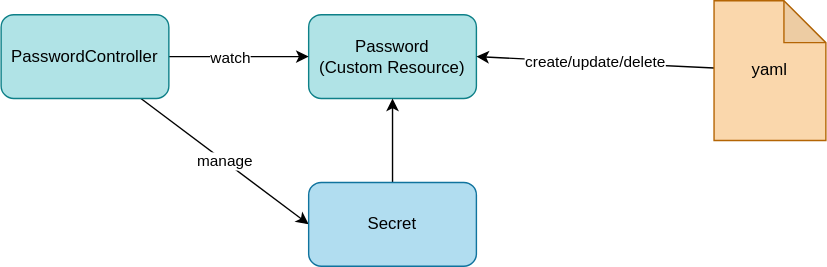
Before: 07-create-operator-with-kubebuilder/03-password-operator/01-design-operator.drawio.svg, a diagram exported from draw.io (nakamasato/kubernetes-operator-basics). Source tidied: cells renumbered, new cells last; positions are measured from the earlier drawing's top-left corner, leaving out a move shared by most shapes. Its diagram source:
```xml
<mxGraphModel>
  <root>
    <mxCell id="0" />
    <mxCell id="1" parent="0" />
    <mxCell id="2" value="Password&lt;br&gt;(Custom Resource)" style="rounded=1;whiteSpace=wrap;html=1;fillColor=#b0e3e6;strokeColor=#0e8088;" parent="1" vertex="1">
      <mxGeometry x="220" y="10" width="120" height="60" as="geometry" />
    </mxCell>
    <mxCell id="3" style="edgeStyle=none;html=1;" parent="1" edge="1" source="6" target="2">
      <mxGeometry relative="1" as="geometry" />
    </mxCell>
    <mxCell id="4" value="watch" style="edgeLabel;html=1;align=center;verticalAlign=middle;" parent="3" vertex="1">
      <mxGeometry x="-0.13" relative="1" as="geometry" />
    </mxCell>
    <mxCell id="5" value="manage" style="edgeStyle=none;html=1;entryX=0;entryY=0.5;entryDx=0;entryDy=0;" parent="1" edge="1" source="6" target="8">
      <mxGeometry relative="1" as="geometry" />
    </mxCell>
    <mxCell id="6" value="PasswordController" style="rounded=1;whiteSpace=wrap;html=1;fillColor=#b0e3e6;strokeColor=#0e8088;" parent="1" vertex="1">
      <mxGeometry y="10" width="120" height="60" as="geometry" />
    </mxCell>
    <mxCell id="7" style="edgeStyle=none;html=1;" parent="1" edge="1" source="8" target="2">
      <mxGeometry relative="1" as="geometry" />
    </mxCell>
    <mxCell id="8" value="Secret" style="rounded=1;whiteSpace=wrap;html=1;fillColor=#b1ddf0;strokeColor=#10739e;" parent="1" vertex="1">
      <mxGeometry x="220" y="130" width="120" height="60" as="geometry" />
    </mxCell>
    <mxCell id="9" value="create/update/delete" style="edgeStyle=none;html=1;entryX=1;entryY=0.5;entryDx=0;entryDy=0;" parent="1" edge="1" source="10" target="2">
      <mxGeometry relative="1" as="geometry" />
    </mxCell>
    <mxCell id="10" value="yaml" style="shape=note;whiteSpace=wrap;html=1;backgroundOutline=1;darkOpacity=0.05;fillColor=#fad7ac;strokeColor=#b46504;" parent="1" vertex="1">
      <mxGeometry x="510" width="80" height="100" as="geometry" />
    </mxCell>
  </root>
</mxGraphModel>
```
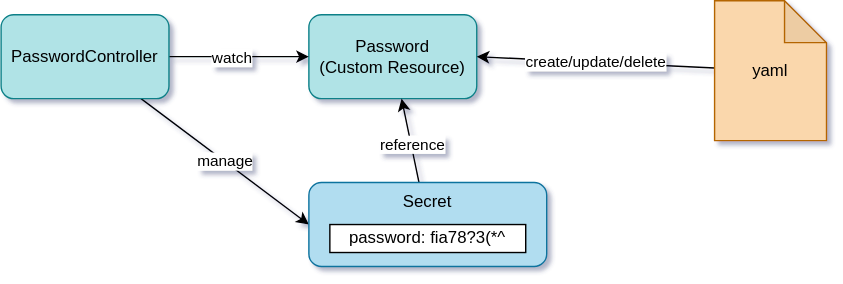
Above is the later version.

Diff of the diagram source:
```diff
@@ -1,4 +1,4 @@
-<mxGraphModel>
+<mxGraphModel shadow="1">
   <root>
     <mxCell id="0" />
     <mxCell id="1" parent="0" />
@@ -20,8 +20,13 @@
     <mxCell id="7" style="edgeStyle=none;html=1;" parent="1" edge="1" source="8" target="2">
       <mxGeometry relative="1" as="geometry" />
     </mxCell>
+    <mxCell id="11" value="reference" style="edgeLabel;html=1;align=center;verticalAlign=middle;" parent="7" vertex="1">
+      <mxGeometry x="-0.1" relative="1" as="geometry">
+        <mxPoint y="-1" as="offset" />
+      </mxGeometry>
+    </mxCell>
-    <mxCell id="8" value="Secret" style="rounded=1;whiteSpace=wrap;html=1;fillColor=#b1ddf0;strokeColor=#10739e;" parent="1" vertex="1">
-      <mxGeometry x="220" y="130" width="120" height="60" as="geometry" />
+    <mxCell id="8" value="Secret" style="rounded=1;whiteSpace=wrap;html=1;fillColor=#b1ddf0;strokeColor=#10739e;verticalAlign=top;" parent="1" vertex="1">
+      <mxGeometry x="220" y="130" width="170" height="60" as="geometry" />
     </mxCell>
     <mxCell id="9" value="create/update/delete" style="edgeStyle=none;html=1;entryX=1;entryY=0.5;entryDx=0;entryDy=0;" parent="1" edge="1" source="10" target="2">
       <mxGeometry relative="1" as="geometry" />
@@ -29,5 +34,8 @@
     <mxCell id="10" value="yaml" style="shape=note;whiteSpace=wrap;html=1;backgroundOutline=1;darkOpacity=0.05;fillColor=#fad7ac;strokeColor=#b46504;" parent="1" vertex="1">
       <mxGeometry x="510" width="80" height="100" as="geometry" />
     </mxCell>
+    <mxCell id="12" value="password: fia78?3(*^" style="rounded=0;whiteSpace=wrap;html=1;" parent="1" vertex="1">
+      <mxGeometry x="235" y="160" width="140" height="20" as="geometry" />
+    </mxCell>
   </root>
 </mxGraphModel>
```
